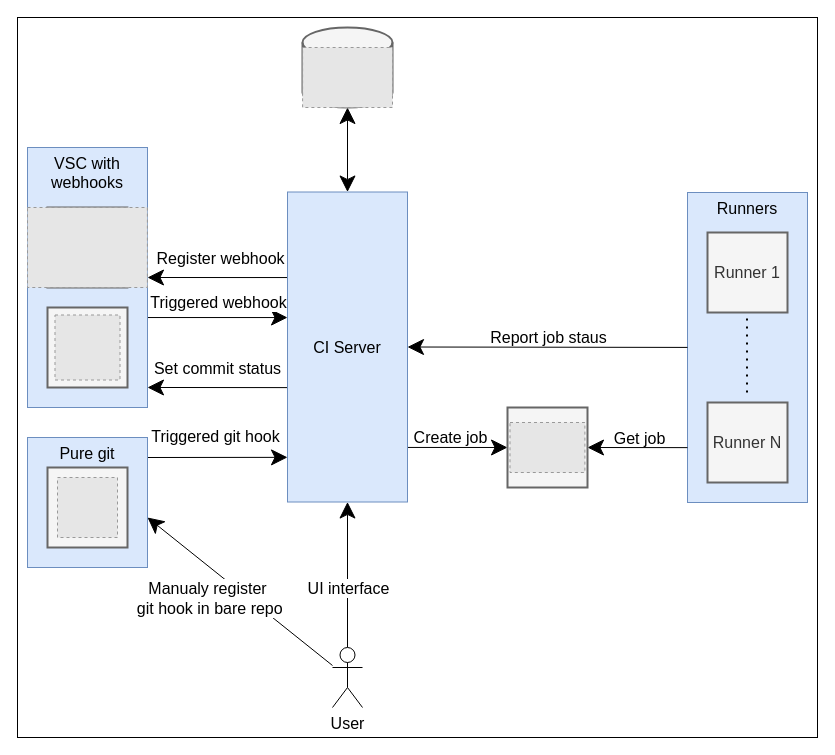
Above: docs/architecture.drawio in FilipSolich/shark-ci (draw.io), before the change. Source tidied: cells renumbered, new cells numbered last; positions are measured from the earlier drawing's top-left corner, leaving out a move shared by most shapes. Both pictures are drawn from the tidied source at 100%, with x=0, y=0 at pixel (17, 17). Pictures stored in the file or linked from it are replaced by grey dashed boxes.
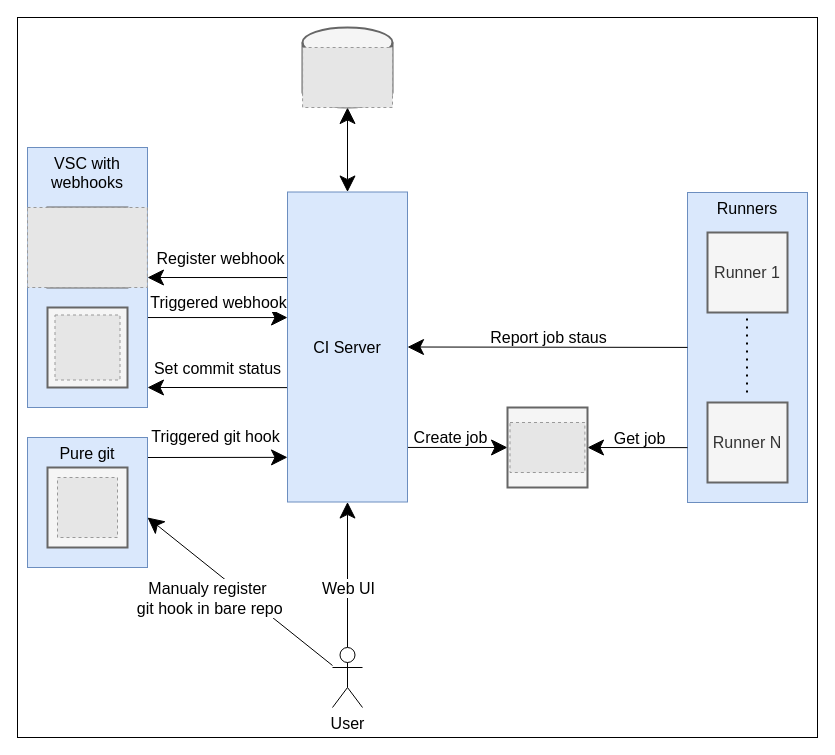
The same diagram, later.

The change refers to these unchanged cells:
```xml
<mxCell id="24" style="edgeStyle=none;jumpSize=14;html=1;entryX=0.5;entryY=1;entryDx=0;entryDy=0;fontSize=16;startArrow=none;startFill=0;startSize=14;endSize=14;sourcePerimeterSpacing=0;targetPerimeterSpacing=0;" parent="1" edge="1" source="28" target="15">
  <mxGeometry relative="1" as="geometry" />
</mxCell>
```

Diff of the diagram source:
```diff
@@
-    <mxCell id="25" value="UI interface" style="edgeLabel;html=1;align=center;verticalAlign=middle;fontSize=16;" parent="24" vertex="1">
+    <mxCell id="25" value="Web UI" style="edgeLabel;html=1;align=center;verticalAlign=middle;fontSize=16;" parent="24" vertex="1">
       <mxGeometry x="-0.22" y="2" relative="1" as="geometry">
         <mxPoint x="2" y="-3" as="offset" />
       </mxGeometry>
     </mxCell>
```
